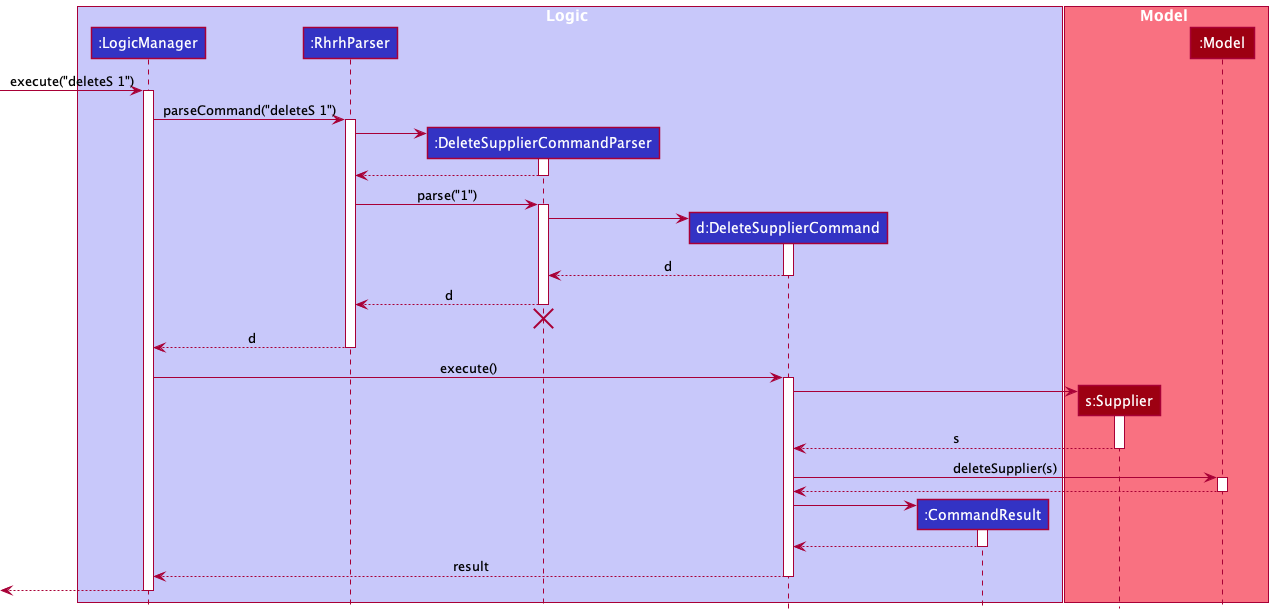
nus-cs2103-AY2122S1/tp keeps this PlantUML diagram as docs/images/DeleteSequenceDiagram.png. Above is the earlier version.
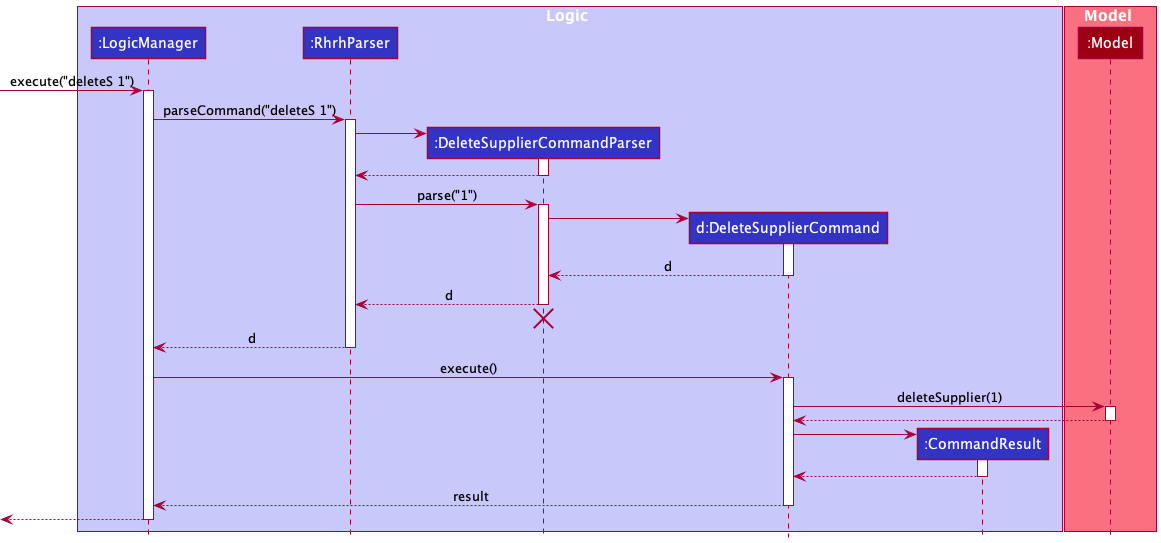
After the change.

Commit message:
Edit deleteSupplier sequence diagram

Change to the diagram source:
```diff
@@ -10,7 +10,6 @@
 end box
 
 box Model MODEL_COLOR_T1
-participant "s:Supplier" as Supplier MODEL_COLOR
 participant ":Model" as Model MODEL_COLOR
 end box
 
@@ -48,14 +47,7 @@
 LogicManager -> DeleteSupplierCommand : execute()
 activate DeleteSupplierCommand
 
-create Supplier
-DeleteSupplierCommand -> Supplier
-activate Supplier
-
-Supplier --> DeleteSupplierCommand : s
-deactivate Supplier
-
-DeleteSupplierCommand -> Model : deleteSupplier(s)
+DeleteSupplierCommand -> Model : deleteSupplier(1)
 activate Model
 
 Model --> DeleteSupplierCommand
```
